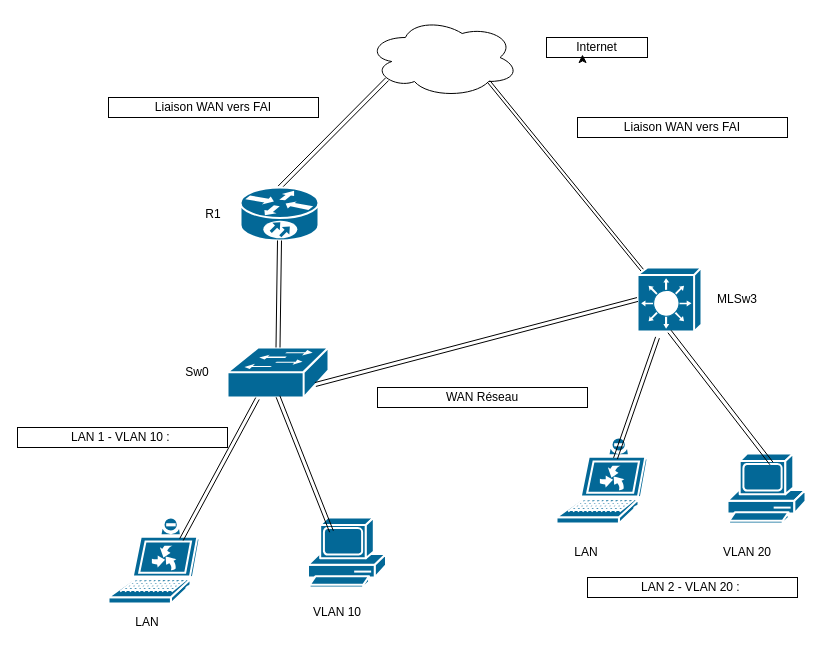
Before: TP_SWN3.drawio in bhouetognon-svg/reseau-tp-packet-tracer-Switch-Niveau3, a draw.io diagram. Source tidied: cells renumbered, new cells numbered last; positions are measured from the earlier drawing's top-left corner, leaving out a move shared by most shapes. Both pictures are drawn from the tidied source at 100%, with x=0, y=0 at pixel (17, 17).
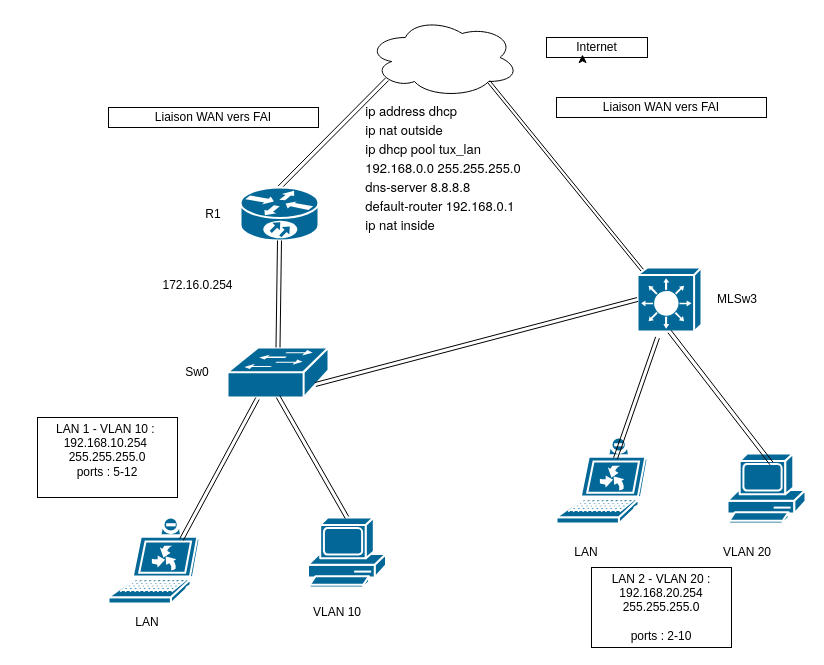
The same page after the edit.

Commit message:
Mettre à jour TP_SWN3.drawio

Unchanged cells that the change refers to:
```xml
<mxCell id="9" style="strokeColor=#ffffff;sketch=0;html=1;dashed=0;fillColor=#036897;strokeWidth=2;verticalLabelPosition=bottom;verticalAlign=top;align=center;outlineConnect=0;shape=mxgraph.cisco.switches.workgroup_switch;labelPerimeter=1;" parent="1" vertex="1">
  <mxGeometry x="210" y="330" width="101" height="50" as="geometry" />
</mxCell>
<mxCell id="17" style="sketch=0;html=1;dashed=0;fillColor=#036897;strokeColor=#ffffff;strokeWidth=2;verticalLabelPosition=bottom;verticalAlign=top;align=center;outlineConnect=0;shape=mxgraph.cisco.computers_and_peripherals.pc;labelPerimeter=1;" parent="1" vertex="1">
  <mxGeometry x="290.5" y="500" width="78" height="70" as="geometry" />
</mxCell>
```

Change to the diagram source:
```diff
@@
     <mxCell id="3" value="Liaison WAN vers FAI" style="whiteSpace=wrap;html=1;" parent="1" vertex="1">
-      <mxGeometry x="91" y="80" width="210" height="20" as="geometry" />
+      <mxGeometry x="91" y="90" width="210" height="20" as="geometry" />
     </mxCell>
@@
     <mxCell id="15" value="Liaison WAN vers FAI" style="whiteSpace=wrap;html=1;" parent="1" vertex="1">
-      <mxGeometry x="560" y="100" width="210" height="20" as="geometry" />
+      <mxGeometry x="539" y="80" width="210" height="20" as="geometry" />
     </mxCell>
@@
-    <mxCell id="25" style="shape=link;html=1;rounded=0;defaultLabelBackgroundColor=page;entryX=0.5;entryY=0.98;entryDx=0;entryDy=0;entryPerimeter=0;exitX=0.301;exitY=0.2;exitDx=0;exitDy=0;exitPerimeter=0;width=4;" parent="1" edge="1" source="17" target="9">
+    <mxCell id="25" style="shape=link;html=1;rounded=0;defaultLabelBackgroundColor=page;entryX=0.5;entryY=0.98;entryDx=0;entryDy=0;entryPerimeter=0;width=4;exitX=0.5;exitY=0;exitDx=0;exitDy=0;exitPerimeter=0;" parent="1" edge="1" source="17" target="9">
       <mxGeometry x="0.31" relative="1" as="geometry" />
     </mxCell>
@@
-    <mxCell id="29" value="WAN Réseau" style="whiteSpace=wrap;html=1;" parent="1" vertex="1">
-      <mxGeometry x="360" y="370" width="210" height="20" as="geometry" />
-    </mxCell>
-    <mxCell id="30" value="LAN 1 - VLAN 10 :&amp;nbsp;" style="whiteSpace=wrap;html=1;" parent="1" vertex="1">
-      <mxGeometry y="410" width="210" height="20" as="geometry" />
+    <mxCell id="30" value="LAN 1 - VLAN 10 :&amp;nbsp; 192.168.10.254&amp;nbsp;&lt;div&gt;255.255.255.0&lt;/div&gt;&lt;div&gt;ports : 5-12&lt;br&gt;&lt;div&gt;&lt;br&gt;&lt;/div&gt;&lt;/div&gt;" style="whiteSpace=wrap;html=1;" parent="1" vertex="1">
+      <mxGeometry x="20" y="400" width="140" height="80" as="geometry" />
     </mxCell>
-    <mxCell id="31" value="LAN 2 - VLAN 20 :&amp;nbsp;" style="whiteSpace=wrap;html=1;" parent="1" vertex="1">
-      <mxGeometry x="570" y="560" width="210" height="20" as="geometry" />
+    <mxCell id="31" value="LAN 2 - VLAN 20 : 192.168.20.254&lt;div&gt;255.255.255.0&lt;/div&gt;&lt;div&gt;&lt;br&gt;&lt;/div&gt;&lt;div&gt;ports : 2-10&lt;/div&gt;" style="whiteSpace=wrap;html=1;" parent="1" vertex="1">
+      <mxGeometry x="574" y="550" width="140" height="80" as="geometry" />
     </mxCell>
+    <mxCell id="32" value="&lt;p class=&quot;p1&quot; style=&quot;margin: 0px; font-style: normal; font-variant: normal; font-size-adjust: none; font-language-override: normal; font-kerning: auto; font-optical-sizing: auto; font-feature-settings: normal; font-variation-settings: normal; font-stretch: normal; font-size: 13px; line-height: normal; font-family: &amp;quot;Helvetica Neue&amp;quot;; text-align: start;&quot;&gt;ip address dhcp&lt;/p&gt;&lt;p class=&quot;p1&quot; style=&quot;margin: 0px; font-style: normal; font-variant: normal; font-size-adjust: none; font-language-override: normal; font-kerning: auto; font-optical-sizing: auto; font-feature-settings: normal; font-variation-settings: normal; font-stretch: normal; font-size: 13px; line-height: normal; font-family: &amp;quot;Helvetica Neue&amp;quot;; text-align: start;&quot;&gt;ip nat outside&lt;/p&gt;&lt;p class=&quot;p1&quot; style=&quot;margin: 0px; font-style: normal; font-variant: normal; font-size-adjust: none; font-language-override: normal; font-kerning: auto; font-optical-sizing: auto; font-feature-settings: normal; font-variation-settings: normal; font-stretch: normal; font-size: 13px; line-height: normal; font-family: &amp;quot;Helvetica Neue&amp;quot;; text-align: start;&quot;&gt;&lt;span style=&quot;background-color: transparent; color: light-dark(#000000, var(--ge-light-color, #ffffff));&quot;&gt;ip dhcp pool tux_lan&lt;/span&gt;&lt;/p&gt;&lt;p class=&quot;p1&quot; style=&quot;margin: 0px; font-style: normal; font-variant: normal; font-size-adjust: none; font-language-override: normal; font-kerning: auto; font-optical-sizing: auto; font-feature-settings: normal; font-variation-settings: normal; font-stretch: normal; font-size: 13px; line-height: normal; font-family: &amp;quot;Helvetica Neue&amp;quot;; text-align: start;&quot;&gt;192.168.0.0 255.255.255.0&lt;/p&gt;&lt;p class=&quot;p1&quot; style=&quot;margin: 0px; font-style: normal; font-variant: normal; font-size-adjust: none; font-language-override: normal; font-kerning: auto; font-optical-sizing: auto; font-feature-settings: normal; font-variation-settings: normal; font-stretch: normal; font-size: 13px; line-height: normal; font-family: &amp;quot;Helvetica Neue&amp;quot;; text-align: start;&quot;&gt;dns-server 8.8.8.8&lt;/p&gt;&lt;p class=&quot;p1&quot; style=&quot;margin: 0px; font-style: normal; font-variant: normal; font-size-adjust: none; font-language-override: normal; font-kerning: auto; font-optical-sizing: auto; font-feature-settings: normal; font-variation-settings: normal; font-stretch: normal; font-size: 13px; line-height: normal; font-family: &amp;quot;Helvetica Neue&amp;quot;; text-align: start;&quot;&gt;default-router 192.168.0.1&lt;/p&gt;&lt;p class=&quot;p1&quot; style=&quot;margin: 0px; font-style: normal; font-variant: normal; font-size-adjust: none; font-language-override: normal; font-kerning: auto; font-optical-sizing: auto; font-feature-settings: normal; font-variation-settings: normal; font-stretch: normal; font-size: 13px; line-height: normal; font-family: &amp;quot;Helvetica Neue&amp;quot;; text-align: start;&quot;&gt;ip nat inside&lt;/p&gt;" style="text;html=1;whiteSpace=wrap;strokeColor=none;fillColor=none;align=center;verticalAlign=middle;rounded=0;" parent="1" vertex="1">
+      <mxGeometry x="339.8" y="90" width="172" height="120" as="geometry" />
+    </mxCell>
+    <mxCell id="33" value="172.16.0.254" style="text;html=1;whiteSpace=wrap;strokeColor=none;fillColor=none;align=center;verticalAlign=middle;rounded=0;" parent="1" vertex="1">
+      <mxGeometry x="135" y="250" width="91" height="36" as="geometry" />
+    </mxCell>
```
